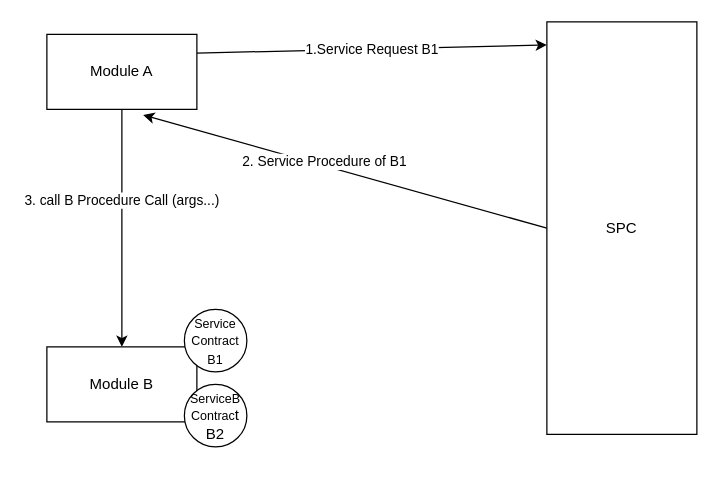
The draw.io diagram Doc/ArchSPC.drawio in hollyoops/cordwood, before the edit. Source tidied: cells renumbered, new cells numbered last; positions are measured from the earlier drawing's top-left corner, leaving out a move shared by most shapes. Both pictures are drawn from the tidied source at 125%, with x=0, y=0 at pixel (46, 21).
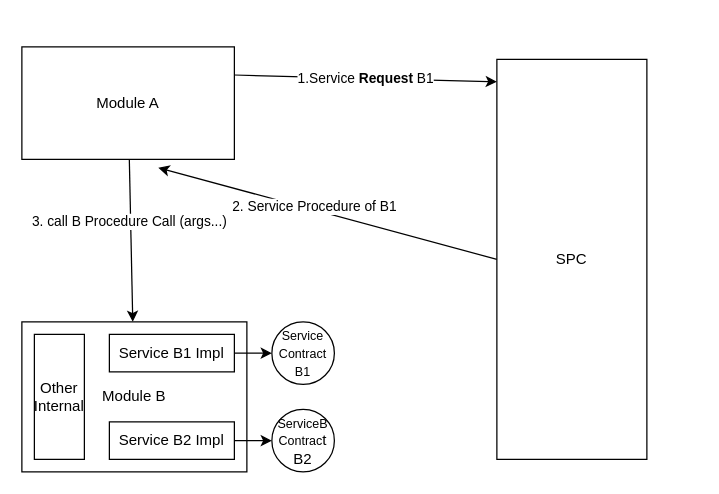
The same diagram, later.

Diff of the diagram source:
```diff
@@
 <mxGraphModel>
   <root>
     <mxCell id="0" />
     <mxCell id="1" parent="0" />
     <mxCell id="2" style="edgeStyle=none;html=1;exitX=0;exitY=0.5;exitDx=0;exitDy=0;entryX=0.642;entryY=1.075;entryDx=0;entryDy=0;entryPerimeter=0;" parent="1" edge="1" source="4" target="8">
       <mxGeometry relative="1" as="geometry" />
     </mxCell>
     <mxCell id="3" value="2. Service Procedure of B1" style="edgeLabel;html=1;align=center;verticalAlign=middle;" parent="2" vertex="1">
       <mxGeometry x="0.22" y="2" relative="1" as="geometry">
         <mxPoint x="19" as="offset" />
       </mxGeometry>
     </mxCell>
     <mxCell id="4" value="SPC" style="rounded=0;whiteSpace=wrap;html=1;" parent="1" vertex="1">
-      <mxGeometry x="400" width="120" height="330" as="geometry" />
+      <mxGeometry x="360" y="30" width="120" height="320" as="geometry" />
     </mxCell>
-    <mxCell id="5" value="1.Service Request B1" style="edgeStyle=none;html=1;exitX=1;exitY=0.25;exitDx=0;exitDy=0;entryX=0;entryY=0.056;entryDx=0;entryDy=0;entryPerimeter=0;" parent="1" edge="1" source="8" target="4">
+    <mxCell id="5" value="1.Service &lt;b&gt;Request&lt;/b&gt; B1" style="edgeStyle=none;html=1;exitX=1;exitY=0.25;exitDx=0;exitDy=0;entryX=0;entryY=0.056;entryDx=0;entryDy=0;entryPerimeter=0;" parent="1" edge="1" source="8" target="4">
       <mxGeometry relative="1" as="geometry" />
     </mxCell>
     <mxCell id="6" style="edgeStyle=none;html=1;" parent="1" edge="1" source="8" target="9">
       <mxGeometry relative="1" as="geometry" />
     </mxCell>
     <mxCell id="7" value="3. call B Procedure Call (args...)" style="edgeLabel;html=1;align=center;verticalAlign=middle;" parent="6" vertex="1">
       <mxGeometry x="-0.24" y="-1" relative="1" as="geometry" />
     </mxCell>
     <mxCell id="8" value="Module A" style="rounded=0;whiteSpace=wrap;html=1;" parent="1" vertex="1">
-      <mxGeometry y="10" width="120" height="60" as="geometry" />
+      <mxGeometry x="-20" y="20" width="170" height="90" as="geometry" />
     </mxCell>
     <mxCell id="9" value="Module B" style="rounded=0;whiteSpace=wrap;html=1;" parent="1" vertex="1">
-      <mxGeometry y="260" width="120" height="60" as="geometry" />
+      <mxGeometry x="-20" y="240" width="180" height="120" as="geometry" />
     </mxCell>
     <mxCell id="10" value="&lt;font style=&quot;font-size: 10px&quot;&gt;Service&lt;br&gt;Contract&lt;br&gt;B1&lt;br&gt;&lt;/font&gt;" style="ellipse;whiteSpace=wrap;html=1;" parent="1" vertex="1">
-      <mxGeometry x="110" y="230" width="50" height="50" as="geometry" />
+      <mxGeometry x="180" y="240" width="50" height="50" as="geometry" />
     </mxCell>
     <mxCell id="11" value="&lt;font style=&quot;font-size: 10px&quot;&gt;ServiceB&lt;br&gt;Contrac&lt;/font&gt;t&lt;br&gt;B2" style="ellipse;whiteSpace=wrap;html=1;" parent="1" vertex="1">
-      <mxGeometry x="110" y="290" width="50" height="50" as="geometry" />
+      <mxGeometry x="180" y="310" width="50" height="50" as="geometry" />
     </mxCell>
+    <mxCell id="12" style="edgeStyle=none;html=1;" parent="1" edge="1" source="13" target="10">
+      <mxGeometry relative="1" as="geometry" />
+    </mxCell>
+    <mxCell id="13" value="Service B1 Impl" style="rounded=0;whiteSpace=wrap;html=1;" parent="1" vertex="1">
+      <mxGeometry x="50" y="250" width="100" height="30" as="geometry" />
+    </mxCell>
+    <mxCell id="14" style="edgeStyle=none;html=1;" parent="1" edge="1" source="15" target="11">
+      <mxGeometry relative="1" as="geometry" />
+    </mxCell>
+    <mxCell id="15" value="Service B2 Impl" style="rounded=0;whiteSpace=wrap;html=1;" parent="1" vertex="1">
+      <mxGeometry x="50" y="320" width="100" height="30" as="geometry" />
+    </mxCell>
+    <mxCell id="16" value="Other&lt;br&gt;Internal" style="rounded=0;whiteSpace=wrap;html=1;" parent="1" vertex="1">
+      <mxGeometry x="-10" y="250" width="40" height="100" as="geometry" />
+    </mxCell>
   </root>
 </mxGraphModel>
```
